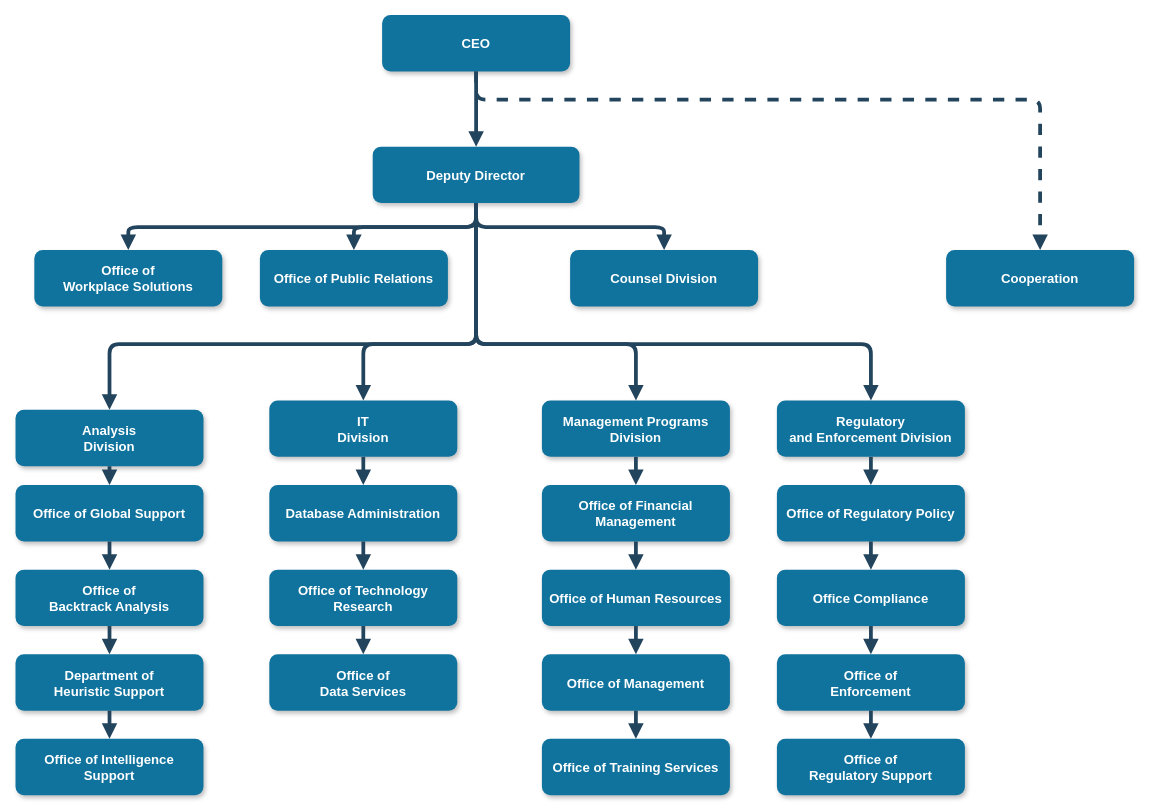
JanweiCen/wegoBlog keeps this draw.io diagram as Untitled Diagram.drawio. Above is the earlier version. Source tidied: cells renumbered, new cells numbered last; positions are measured from the earlier drawing's top-left corner, leaving out a move shared by most shapes. Both pictures are drawn from the tidied source at 94%, with x=0, y=0 at pixel (15, 15).
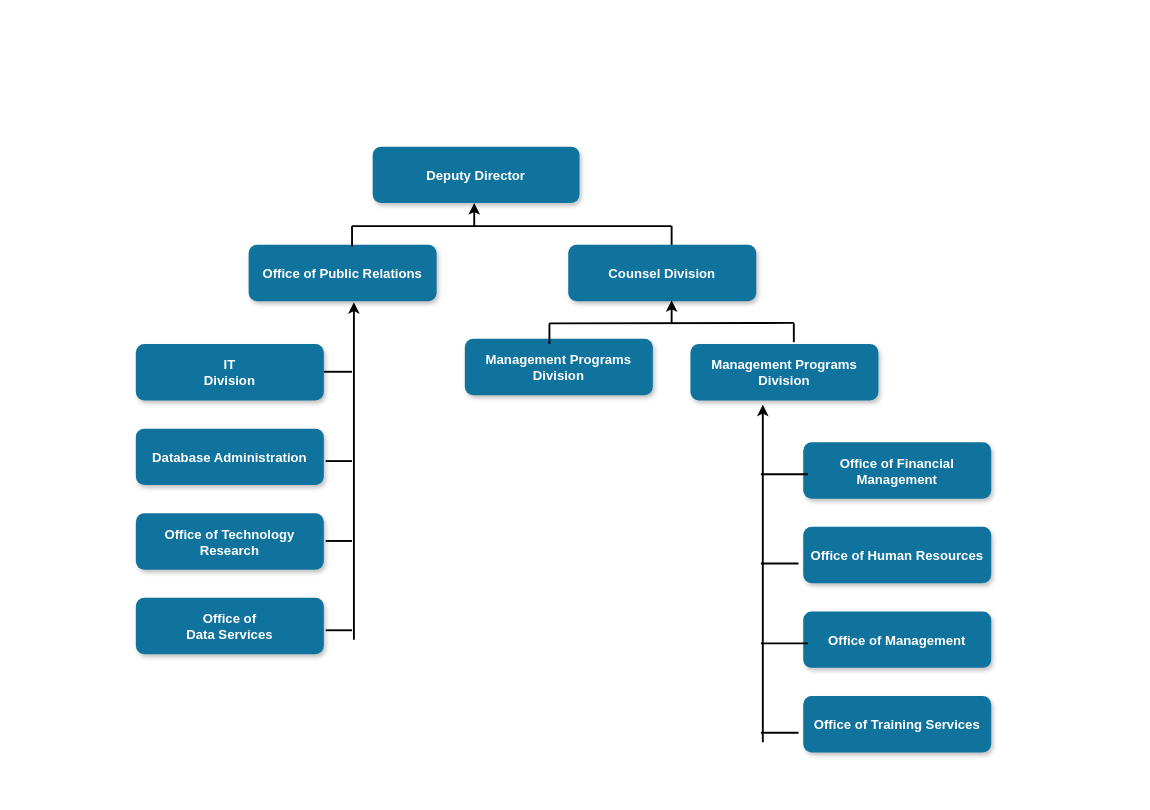
After the change.

Unchanged cells that the change refers to:
```xml
<mxCell id="3" value="Deputy Director" style="rounded=1;fillColor=#10739E;strokeColor=none;shadow=1;gradientColor=none;fontStyle=1;fontColor=#FFFFFF;fontSize=14;" parent="1" vertex="1">
  <mxGeometry x="380" y="139.5" width="220" height="60" as="geometry" />
</mxCell>
```

The edit, as a diff of the source:
```diff
@@
-    <mxCell id="2" value="CEO" style="rounded=1;fillColor=#10739E;strokeColor=none;shadow=1;gradientColor=none;fontStyle=1;fontColor=#FFFFFF;fontSize=14;" parent="1" vertex="1">
-      <mxGeometry x="390" y="-0.5" width="200" height="60" as="geometry" />
-    </mxCell>
@@
-    <mxCell id="4" value="Office of &#10;Workplace Solutions" style="rounded=1;fillColor=#10739E;strokeColor=none;shadow=1;gradientColor=none;fontStyle=1;fontColor=#FFFFFF;fontSize=14;" parent="1" vertex="1">
-      <mxGeometry x="20" y="249.5" width="200" height="60" as="geometry" />
-    </mxCell>
     <mxCell id="5" value="Office of Public Relations" style="rounded=1;fillColor=#10739E;strokeColor=none;shadow=1;gradientColor=none;fontStyle=1;fontColor=#FFFFFF;fontSize=14;" parent="1" vertex="1">
-      <mxGeometry x="260" y="249.5" width="200" height="60" as="geometry" />
+      <mxGeometry x="248" y="244" width="200" height="60" as="geometry" />
     </mxCell>
     <mxCell id="6" value="Counsel Division" style="rounded=1;fillColor=#10739E;strokeColor=none;shadow=1;gradientColor=none;fontStyle=1;fontColor=#FFFFFF;fontSize=14;" parent="1" vertex="1">
-      <mxGeometry x="590" y="249.5" width="200" height="60" as="geometry" />
+      <mxGeometry x="588" y="244" width="200" height="60" as="geometry" />
     </mxCell>
-    <mxCell id="7" value="Cooperation" style="rounded=1;fillColor=#10739E;strokeColor=none;shadow=1;gradientColor=none;fontStyle=1;fontColor=#FFFFFF;fontSize=14;" parent="1" vertex="1">
-      <mxGeometry x="990" y="249.5" width="200" height="60" as="geometry" />
-    </mxCell>
-    <mxCell id="8" value="Analysis &#10;Division" style="rounded=1;fillColor=#10739E;strokeColor=none;shadow=1;gradientColor=none;fontStyle=1;fontColor=#FFFFFF;fontSize=14;" parent="1" vertex="1">
-      <mxGeometry y="419.5" width="200" height="60" as="geometry" />
-    </mxCell>
-    <mxCell id="9" value="Office of Global Support" style="rounded=1;fillColor=#10739E;strokeColor=none;shadow=1;gradientColor=none;fontStyle=1;fontColor=#FFFFFF;fontSize=14;" parent="1" vertex="1">
-      <mxGeometry y="499.5" width="200" height="60" as="geometry" />
-    </mxCell>
-    <mxCell id="10" value="Office of &#10;Backtrack Analysis" style="rounded=1;fillColor=#10739E;strokeColor=none;shadow=1;gradientColor=none;fontStyle=1;fontColor=#FFFFFF;fontSize=14;" parent="1" vertex="1">
-      <mxGeometry y="589.5" width="200" height="60" as="geometry" />
-    </mxCell>
-    <mxCell id="11" value="Department of &#10;Heuristic Support" style="rounded=1;fillColor=#10739E;strokeColor=none;shadow=1;gradientColor=none;fontStyle=1;fontColor=#FFFFFF;fontSize=14;" parent="1" vertex="1">
-      <mxGeometry y="679.5" width="200" height="60" as="geometry" />
-    </mxCell>
-    <mxCell id="12" value="Office of Intelligence &#10;Support" style="rounded=1;fillColor=#10739E;strokeColor=none;shadow=1;gradientColor=none;fontStyle=1;fontColor=#FFFFFF;fontSize=14;" parent="1" vertex="1">
-      <mxGeometry y="769.5" width="200" height="60" as="geometry" />
-    </mxCell>
     <mxCell id="13" value="IT&#10;Division" style="rounded=1;fillColor=#10739E;strokeColor=none;shadow=1;gradientColor=none;fontStyle=1;fontColor=#FFFFFF;fontSize=14;" parent="1" vertex="1">
-      <mxGeometry x="270" y="409.5" width="200" height="60" as="geometry" />
+      <mxGeometry x="128" y="349.5" width="200" height="60" as="geometry" />
     </mxCell>
     <mxCell id="14" value="Database Administration" style="rounded=1;fillColor=#10739E;strokeColor=none;shadow=1;gradientColor=none;fontStyle=1;fontColor=#FFFFFF;fontSize=14;" parent="1" vertex="1">
-      <mxGeometry x="270" y="499.5" width="200" height="60" as="geometry" />
+      <mxGeometry x="128" y="439.5" width="200" height="60" as="geometry" />
     </mxCell>
     <mxCell id="15" value="Office of Technology &#10;Research" style="rounded=1;fillColor=#10739E;strokeColor=none;shadow=1;gradientColor=none;fontStyle=1;fontColor=#FFFFFF;fontSize=14;" parent="1" vertex="1">
-      <mxGeometry x="270" y="589.5" width="200" height="60" as="geometry" />
+      <mxGeometry x="128" y="529.5" width="200" height="60" as="geometry" />
     </mxCell>
     <mxCell id="16" value="Office of&#10;Data Services" style="rounded=1;fillColor=#10739E;strokeColor=none;shadow=1;gradientColor=none;fontStyle=1;fontColor=#FFFFFF;fontSize=14;" parent="1" vertex="1">
-      <mxGeometry x="270" y="679.5" width="200" height="60" as="geometry" />
+      <mxGeometry x="128" y="619.5" width="200" height="60" as="geometry" />
     </mxCell>
     <mxCell id="17" value="Management Programs &#10;Division" style="rounded=1;fillColor=#10739E;strokeColor=none;shadow=1;gradientColor=none;fontStyle=1;fontColor=#FFFFFF;fontSize=14;" parent="1" vertex="1">
-      <mxGeometry x="560" y="409.5" width="200" height="60" as="geometry" />
+      <mxGeometry x="718" y="349.5" width="200" height="60" as="geometry" />
     </mxCell>
     <mxCell id="18" value="Office of Financial &#10;Management" style="rounded=1;fillColor=#10739E;strokeColor=none;shadow=1;gradientColor=none;fontStyle=1;fontColor=#FFFFFF;fontSize=14;" parent="1" vertex="1">
-      <mxGeometry x="560" y="499.5" width="200" height="60" as="geometry" />
+      <mxGeometry x="838" y="454" width="200" height="60" as="geometry" />
     </mxCell>
     <mxCell id="19" value="Office of Human Resources" style="rounded=1;fillColor=#10739E;strokeColor=none;shadow=1;gradientColor=none;fontStyle=1;fontColor=#FFFFFF;fontSize=14;" parent="1" vertex="1">
-      <mxGeometry x="560" y="589.5" width="200" height="60" as="geometry" />
+      <mxGeometry x="838" y="544" width="200" height="60" as="geometry" />
     </mxCell>
     <mxCell id="20" value="Office of Management " style="rounded=1;fillColor=#10739E;strokeColor=none;shadow=1;gradientColor=none;fontStyle=1;fontColor=#FFFFFF;fontSize=14;" parent="1" vertex="1">
-      <mxGeometry x="560" y="679.5" width="200" height="60" as="geometry" />
+      <mxGeometry x="838" y="634" width="200" height="60" as="geometry" />
     </mxCell>
     <mxCell id="21" value="Office of Training Services" style="rounded=1;fillColor=#10739E;strokeColor=none;shadow=1;gradientColor=none;fontStyle=1;fontColor=#FFFFFF;fontSize=14;" parent="1" vertex="1">
-      <mxGeometry x="560" y="769.5" width="200" height="60" as="geometry" />
+      <mxGeometry x="838" y="724" width="200" height="60" as="geometry" />
     </mxCell>
-    <mxCell id="22" value="Regulatory &#10;and Enforcement Division" style="rounded=1;fillColor=#10739E;strokeColor=none;shadow=1;gradientColor=none;fontStyle=1;fontColor=#FFFFFF;fontSize=14;" parent="1" vertex="1">
-      <mxGeometry x="810" y="409.5" width="200" height="60" as="geometry" />
-    </mxCell>
-    <mxCell id="23" value="Office of Regulatory Policy" style="rounded=1;fillColor=#10739E;strokeColor=none;shadow=1;gradientColor=none;fontStyle=1;fontColor=#FFFFFF;fontSize=14;" parent="1" vertex="1">
-      <mxGeometry x="810" y="499.5" width="200" height="60" as="geometry" />
-    </mxCell>
-    <mxCell id="24" value="Office Compliance" style="rounded=1;fillColor=#10739E;strokeColor=none;shadow=1;gradientColor=none;fontStyle=1;fontColor=#FFFFFF;fontSize=14;" parent="1" vertex="1">
-      <mxGeometry x="810" y="589.5" width="200" height="60" as="geometry" />
-    </mxCell>
-    <mxCell id="25" value="Office of &#10;Enforcement" style="rounded=1;fillColor=#10739E;strokeColor=none;shadow=1;gradientColor=none;fontStyle=1;fontColor=#FFFFFF;fontSize=14;" parent="1" vertex="1">
-      <mxGeometry x="810" y="679.5" width="200" height="60" as="geometry" />
-    </mxCell>
-    <mxCell id="26" value="Office of&#10; Regulatory Support" style="rounded=1;fillColor=#10739E;strokeColor=none;shadow=1;gradientColor=none;fontStyle=1;fontColor=#FFFFFF;fontSize=14;" parent="1" vertex="1">
-      <mxGeometry x="810" y="769.5" width="200" height="60" as="geometry" />
-    </mxCell>
-    <mxCell id="27" style="edgeStyle=elbowEdgeStyle;elbow=vertical;strokeWidth=4;endArrow=block;endFill=1;fontStyle=1;strokeColor=#23445D;" parent="1" edge="1" source="2" target="3">
-      <mxGeometry x="22" y="165.5" as="geometry" />
-    </mxCell>
-    <mxCell id="28" style="edgeStyle=elbowEdgeStyle;elbow=vertical;strokeWidth=4;endArrow=block;endFill=1;fontStyle=1;strokeColor=#23445D;" parent="1" edge="1" source="3" target="5">
-      <mxGeometry x="22" y="165.5" as="geometry" />
-    </mxCell>
-    <mxCell id="29" style="edgeStyle=elbowEdgeStyle;elbow=vertical;strokeWidth=4;endArrow=block;endFill=1;fontStyle=1;strokeColor=#23445D;" parent="1" edge="1" source="3" target="4">
-      <mxGeometry x="22" y="165.5" as="geometry" />
-    </mxCell>
-    <mxCell id="30" style="edgeStyle=elbowEdgeStyle;elbow=vertical;strokeWidth=4;endArrow=block;endFill=1;fontStyle=1;strokeColor=#23445D;" parent="1" edge="1" source="3" target="6">
-      <mxGeometry x="22" y="165.5" as="geometry" />
-    </mxCell>
-    <mxCell id="31" style="edgeStyle=elbowEdgeStyle;elbow=vertical;strokeWidth=4;endArrow=block;endFill=1;fontStyle=1;dashed=1;strokeColor=#23445D;" parent="1" edge="1" source="2" target="7">
-      <mxGeometry x="22" y="165.5" as="geometry">
-        <Array as="points">
-          <mxPoint x="780" y="89.5" />
-        </Array>
-      </mxGeometry>
-    </mxCell>
-    <mxCell id="32" style="edgeStyle=elbowEdgeStyle;elbow=vertical;strokeWidth=4;endArrow=block;endFill=1;fontStyle=1;strokeColor=#23445D;" parent="1" edge="1" source="3" target="8">
-      <mxGeometry x="22" y="165.5" as="geometry">
-        <Array as="points">
-          <mxPoint x="270" y="349.5" />
-        </Array>
-      </mxGeometry>
-    </mxCell>
-    <mxCell id="33" style="edgeStyle=elbowEdgeStyle;elbow=vertical;strokeWidth=4;endArrow=block;endFill=1;fontStyle=1;strokeColor=#23445D;" parent="1" edge="1" source="3" target="22">
-      <mxGeometry x="22" y="165.5" as="geometry">
-        <Array as="points">
-          <mxPoint x="690" y="349.5" />
-        </Array>
-      </mxGeometry>
-    </mxCell>
-    <mxCell id="34" style="edgeStyle=elbowEdgeStyle;elbow=vertical;strokeWidth=4;endArrow=block;endFill=1;fontStyle=1;strokeColor=#23445D;" parent="1" edge="1" source="8" target="9">
-      <mxGeometry x="62" y="165.5" as="geometry" />
-    </mxCell>
-    <mxCell id="35" style="edgeStyle=elbowEdgeStyle;elbow=vertical;strokeWidth=4;endArrow=block;endFill=1;fontStyle=1;strokeColor=#23445D;" parent="1" edge="1" source="9" target="10">
-      <mxGeometry x="62" y="175.5" as="geometry" />
-    </mxCell>
-    <mxCell id="36" style="edgeStyle=elbowEdgeStyle;elbow=vertical;strokeWidth=4;endArrow=block;endFill=1;fontStyle=1;strokeColor=#23445D;" parent="1" edge="1" source="10" target="11">
-      <mxGeometry x="62" y="185.5" as="geometry" />
-    </mxCell>
-    <mxCell id="37" style="edgeStyle=elbowEdgeStyle;elbow=vertical;strokeWidth=4;endArrow=block;endFill=1;fontStyle=1;strokeColor=#23445D;" parent="1" edge="1" source="11" target="12">
-      <mxGeometry x="62" y="195.5" as="geometry" />
-    </mxCell>
-    <mxCell id="38" style="edgeStyle=elbowEdgeStyle;elbow=vertical;strokeWidth=4;endArrow=block;endFill=1;fontStyle=1;strokeColor=#23445D;" parent="1" edge="1" source="13" target="14">
-      <mxGeometry x="62" y="165.5" as="geometry" />
-    </mxCell>
-    <mxCell id="39" style="edgeStyle=elbowEdgeStyle;elbow=vertical;strokeWidth=4;endArrow=block;endFill=1;fontStyle=1;strokeColor=#23445D;" parent="1" edge="1" source="14" target="15">
-      <mxGeometry x="62" y="175.5" as="geometry" />
-    </mxCell>
-    <mxCell id="40" style="edgeStyle=elbowEdgeStyle;elbow=vertical;strokeWidth=4;endArrow=block;endFill=1;fontStyle=1;strokeColor=#23445D;" parent="1" edge="1" source="15" target="16">
-      <mxGeometry x="62" y="185.5" as="geometry" />
-    </mxCell>
-    <mxCell id="41" style="edgeStyle=elbowEdgeStyle;elbow=vertical;strokeWidth=4;endArrow=block;endFill=1;fontStyle=1;strokeColor=#23445D;" parent="1" edge="1" source="17" target="18">
-      <mxGeometry x="72" y="165.5" as="geometry" />
-    </mxCell>
-    <mxCell id="42" style="edgeStyle=elbowEdgeStyle;elbow=vertical;strokeWidth=4;endArrow=block;endFill=1;fontStyle=1;strokeColor=#23445D;" parent="1" edge="1" source="18" target="19">
-      <mxGeometry x="72" y="175.5" as="geometry" />
-    </mxCell>
-    <mxCell id="43" style="edgeStyle=elbowEdgeStyle;elbow=vertical;strokeWidth=4;endArrow=block;endFill=1;fontStyle=1;strokeColor=#23445D;" parent="1" edge="1" source="19" target="20">
-      <mxGeometry x="72" y="185.5" as="geometry" />
-    </mxCell>
-    <mxCell id="44" style="edgeStyle=elbowEdgeStyle;elbow=vertical;strokeWidth=4;endArrow=block;endFill=1;fontStyle=1;strokeColor=#23445D;" parent="1" edge="1" source="20" target="21">
-      <mxGeometry x="72" y="195.5" as="geometry" />
-    </mxCell>
-    <mxCell id="45" style="edgeStyle=elbowEdgeStyle;elbow=vertical;strokeWidth=4;endArrow=block;endFill=1;fontStyle=1;strokeColor=#23445D;" parent="1" edge="1" source="22" target="23">
-      <mxGeometry x="72" y="165.5" as="geometry" />
-    </mxCell>
-    <mxCell id="46" style="edgeStyle=elbowEdgeStyle;elbow=vertical;strokeWidth=4;endArrow=block;endFill=1;fontStyle=1;strokeColor=#23445D;" parent="1" edge="1" source="23" target="24">
-      <mxGeometry x="72" y="175.5" as="geometry" />
-    </mxCell>
-    <mxCell id="47" style="edgeStyle=elbowEdgeStyle;elbow=vertical;strokeWidth=4;endArrow=block;endFill=1;fontStyle=1;strokeColor=#23445D;" parent="1" edge="1" source="24" target="25">
-      <mxGeometry x="72" y="185.5" as="geometry" />
-    </mxCell>
-    <mxCell id="48" style="edgeStyle=elbowEdgeStyle;elbow=vertical;strokeWidth=4;endArrow=block;endFill=1;fontStyle=1;strokeColor=#23445D;" parent="1" edge="1" source="25" target="26">
-      <mxGeometry x="72" y="195.5" as="geometry" />
-    </mxCell>
-    <mxCell id="49" style="edgeStyle=elbowEdgeStyle;elbow=vertical;strokeWidth=4;endArrow=block;endFill=1;fontStyle=1;strokeColor=#23445D;" parent="1" edge="1" source="3" target="13">
-      <mxGeometry x="22" y="165.5" as="geometry">
-        <Array as="points">
-          <mxPoint x="370" y="349.5" />
-        </Array>
-      </mxGeometry>
-    </mxCell>
-    <mxCell id="50" style="edgeStyle=elbowEdgeStyle;elbow=vertical;strokeWidth=4;endArrow=block;endFill=1;fontStyle=1;strokeColor=#23445D;" parent="1" edge="1" source="3" target="17">
-      <mxGeometry x="22" y="165.5" as="geometry">
-        <Array as="points">
-          <mxPoint x="660" y="349.5" />
-        </Array>
-      </mxGeometry>
-    </mxCell>
+    <mxCell id="51" style="endArrow=classic;html=1;entryX=0.56;entryY=1.017;entryDx=0;entryDy=0;entryPerimeter=0;strokeWidth=2;" parent="1" edge="1" target="5">
+      <mxGeometry relative="1" as="geometry">
+        <mxPoint x="360" y="664" as="sourcePoint" />
+      </mxGeometry>
+    </mxCell>
+    <mxCell id="52" style="endArrow=none;html=1;strokeWidth=2;" parent="1" edge="1">
+      <mxGeometry relative="1" as="geometry">
+        <mxPoint x="328" y="379" as="sourcePoint" />
+        <mxPoint x="358" y="379" as="targetPoint" />
+      </mxGeometry>
+    </mxCell>
+    <mxCell id="53" style="endArrow=none;html=1;strokeWidth=2;" parent="1" edge="1">
+      <mxGeometry relative="1" as="geometry">
+        <mxPoint x="330" y="474" as="sourcePoint" />
+        <mxPoint x="358" y="474" as="targetPoint" />
+      </mxGeometry>
+    </mxCell>
+    <mxCell id="54" style="endArrow=none;html=1;strokeWidth=2;" parent="1" edge="1">
+      <mxGeometry relative="1" as="geometry">
+        <mxPoint x="330" y="559" as="sourcePoint" />
+        <mxPoint x="358" y="559" as="targetPoint" />
+      </mxGeometry>
+    </mxCell>
+    <mxCell id="55" style="endArrow=none;html=1;strokeWidth=2;" parent="1" edge="1">
+      <mxGeometry relative="1" as="geometry">
+        <mxPoint x="330" y="654" as="sourcePoint" />
+        <mxPoint x="358" y="654" as="targetPoint" />
+      </mxGeometry>
+    </mxCell>
+    <mxCell id="56" value="Management Programs &#10;Division" style="rounded=1;fillColor=#10739E;strokeColor=none;shadow=1;gradientColor=none;fontStyle=1;fontColor=#FFFFFF;fontSize=14;" parent="1" vertex="1">
+      <mxGeometry x="478" y="344" width="200" height="60" as="geometry" />
+    </mxCell>
+    <mxCell id="57" style="endArrow=none;html=1;strokeWidth=2;" parent="1" edge="1">
+      <mxGeometry relative="1" as="geometry">
+        <mxPoint x="358" y="224" as="sourcePoint" />
+        <mxPoint x="698" y="224" as="targetPoint" />
+      </mxGeometry>
+    </mxCell>
+    <mxCell id="58" style="endArrow=none;html=1;strokeWidth=2;" parent="1" edge="1">
+      <mxGeometry relative="1" as="geometry">
+        <mxPoint x="358" y="224" as="sourcePoint" />
+        <mxPoint x="358" y="246" as="targetPoint" />
+      </mxGeometry>
+    </mxCell>
+    <mxCell id="59" style="endArrow=none;html=1;strokeWidth=2;" parent="1" edge="1">
+      <mxGeometry relative="1" as="geometry">
+        <mxPoint x="698" y="224" as="sourcePoint" />
+        <mxPoint x="698" y="244" as="targetPoint" />
+      </mxGeometry>
+    </mxCell>
+    <mxCell id="60" style="endArrow=classic;html=1;strokeWidth=2;" parent="1" edge="1">
+      <mxGeometry relative="1" as="geometry">
+        <mxPoint x="488" y="224" as="sourcePoint" />
+        <mxPoint x="488" y="199.5" as="targetPoint" />
+      </mxGeometry>
+    </mxCell>
+    <mxCell id="61" style="endArrow=none;html=1;strokeWidth=2;" parent="1" edge="1">
+      <mxGeometry relative="1" as="geometry">
+        <mxPoint x="568" y="327.5" as="sourcePoint" />
+        <mxPoint x="828" y="327" as="targetPoint" />
+      </mxGeometry>
+    </mxCell>
+    <mxCell id="62" style="endArrow=none;html=1;strokeWidth=2;" parent="1" edge="1">
+      <mxGeometry relative="1" as="geometry">
+        <mxPoint x="568" y="327.5" as="sourcePoint" />
+        <mxPoint x="568" y="349.5" as="targetPoint" />
+      </mxGeometry>
+    </mxCell>
+    <mxCell id="63" style="endArrow=none;html=1;strokeWidth=2;" parent="1" edge="1">
+      <mxGeometry relative="1" as="geometry">
+        <mxPoint x="828" y="327.5" as="sourcePoint" />
+        <mxPoint x="828" y="347.5" as="targetPoint" />
+      </mxGeometry>
+    </mxCell>
+    <mxCell id="64" style="endArrow=classic;html=1;strokeWidth=2;" parent="1" edge="1">
+      <mxGeometry relative="1" as="geometry">
+        <mxPoint x="698" y="327.5" as="sourcePoint" />
+        <mxPoint x="698" y="303" as="targetPoint" />
+      </mxGeometry>
+    </mxCell>
+    <mxCell id="65" style="endArrow=classic;html=1;entryX=0.56;entryY=1.017;entryDx=0;entryDy=0;entryPerimeter=0;strokeWidth=2;" parent="1" edge="1">
+      <mxGeometry relative="1" as="geometry">
+        <mxPoint x="795" y="773" as="sourcePoint" />
+        <mxPoint x="795" y="414" as="targetPoint" />
+      </mxGeometry>
+    </mxCell>
+    <mxCell id="66" style="endArrow=none;html=1;strokeWidth=2;" parent="1" edge="1">
+      <mxGeometry relative="1" as="geometry">
+        <mxPoint x="843" y="488" as="sourcePoint" />
+        <mxPoint x="793" y="488" as="targetPoint" />
+      </mxGeometry>
+    </mxCell>
+    <mxCell id="67" style="endArrow=none;html=1;strokeWidth=2;" parent="1" edge="1">
+      <mxGeometry relative="1" as="geometry">
+        <mxPoint x="833" y="583" as="sourcePoint" />
+        <mxPoint x="793" y="583" as="targetPoint" />
+      </mxGeometry>
+    </mxCell>
+    <mxCell id="68" style="endArrow=none;html=1;strokeWidth=2;" parent="1" edge="1">
+      <mxGeometry relative="1" as="geometry">
+        <mxPoint x="843" y="668" as="sourcePoint" />
+        <mxPoint x="793" y="668" as="targetPoint" />
+      </mxGeometry>
+    </mxCell>
+    <mxCell id="69" style="endArrow=none;html=1;strokeWidth=2;" parent="1" edge="1">
+      <mxGeometry relative="1" as="geometry">
+        <mxPoint x="833" y="763" as="sourcePoint" />
+        <mxPoint x="793" y="763" as="targetPoint" />
+      </mxGeometry>
+    </mxCell>
```
